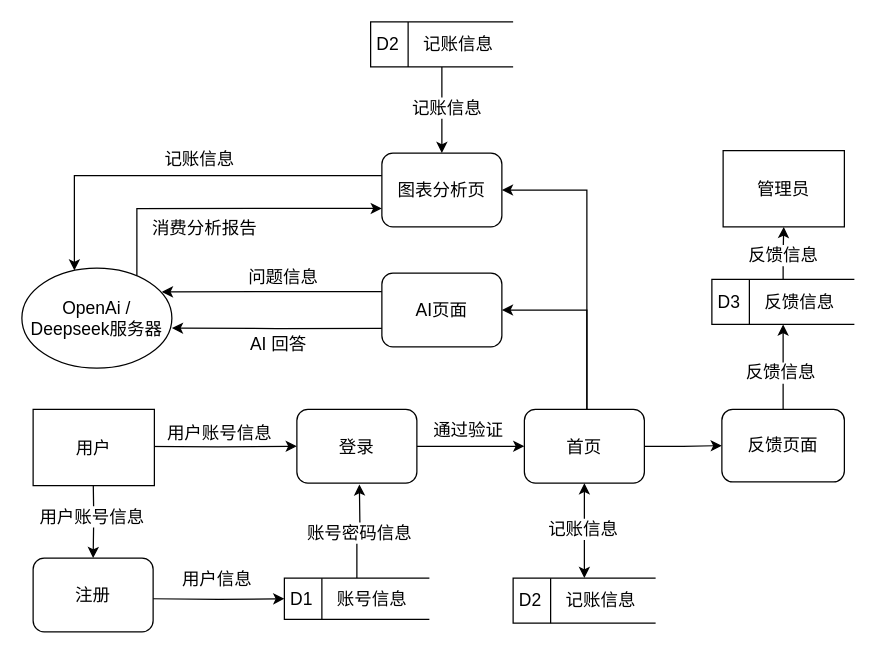
Before: 云听模块.drawio in jixiuy/DrawIO, a draw.io diagram. Source tidied: cells renumbered, new cells numbered last; positions are measured from the earlier drawing's top-left corner, leaving out a move shared by most shapes. Both pictures are drawn from the tidied source at 125%, with x=0, y=0 at pixel (21, 21).
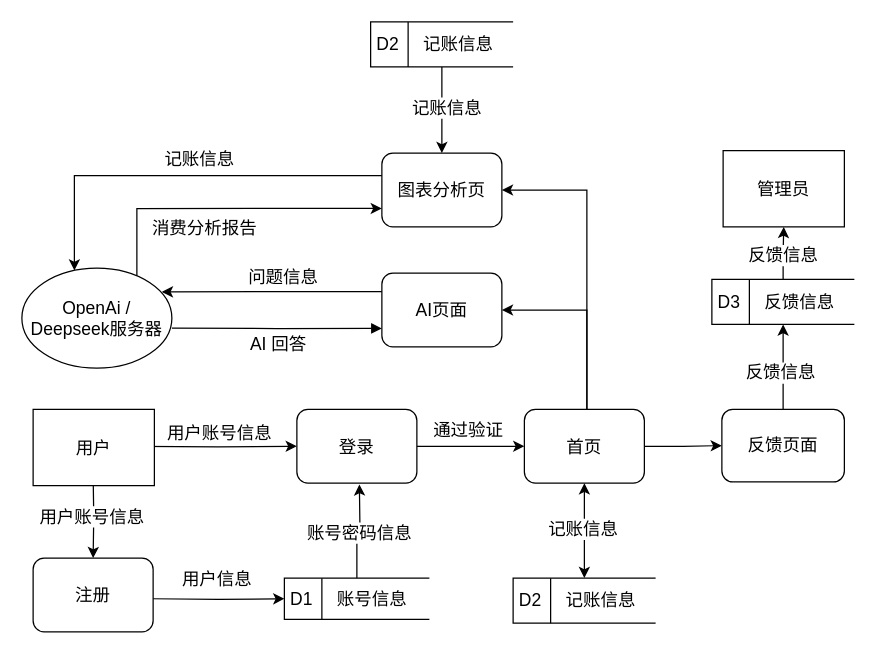
The same diagram, later.

Commit message (it also covers changes not shown here):
更新云听模块.drawio

Unchanged cells that the change refers to:
```xml
<mxCell id="29" value="AI页面" style="rounded=1;whiteSpace=wrap;html=1;fontFamily=宋体;fontSize=14;" parent="1" vertex="1">
  <mxGeometry x="288" y="201" width="96" height="59" as="geometry" />
</mxCell>
<mxCell id="40" value="&lt;span style=&quot;font-family: 宋体; font-size: 14px;&quot;&gt;OpenAi / Deepseek服务器&lt;/span&gt;" style="ellipse;whiteSpace=wrap;html=1;fontFamily=Times New Roman;" parent="1" vertex="1">
  <mxGeometry y="197" width="120" height="80" as="geometry" />
</mxCell>
```

The edit, as a diff of the source:
```diff
@@
-    <mxCell id="41" style="edgeStyle=orthogonalEdgeStyle;rounded=0;jettySize=auto;html=1;exitX=0;exitY=0.75;exitDx=0;exitDy=0;entryX=1;entryY=0.6;entryDx=0;entryDy=0;entryPerimeter=0;" parent="1" edge="1" source="29" target="40">
+    <mxCell id="41" style="edgeStyle=orthogonalEdgeStyle;rounded=0;jettySize=auto;html=1;exitX=0;exitY=0.75;exitDx=0;exitDy=0;entryX=1;entryY=0.6;entryDx=0;entryDy=0;entryPerimeter=0;startArrow=block;startFill=1;endArrow=none;" parent="1" edge="1" source="29" target="40">
       <mxGeometry relative="1" as="geometry" />
     </mxCell>
```
